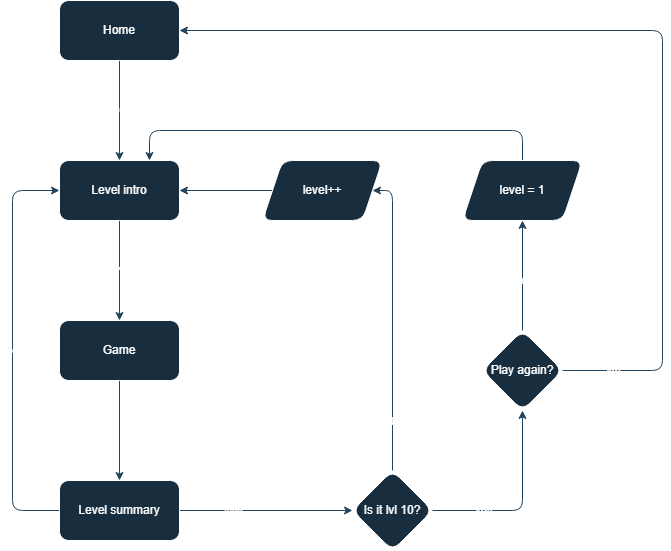
Above: flowchart.png in vasilyoshev/ai-assistant (draw.io), before the change. Source tidied: cells renumbered, new cells last; positions are measured from the earlier drawing's top-left corner, leaving out a move shared by most shapes.
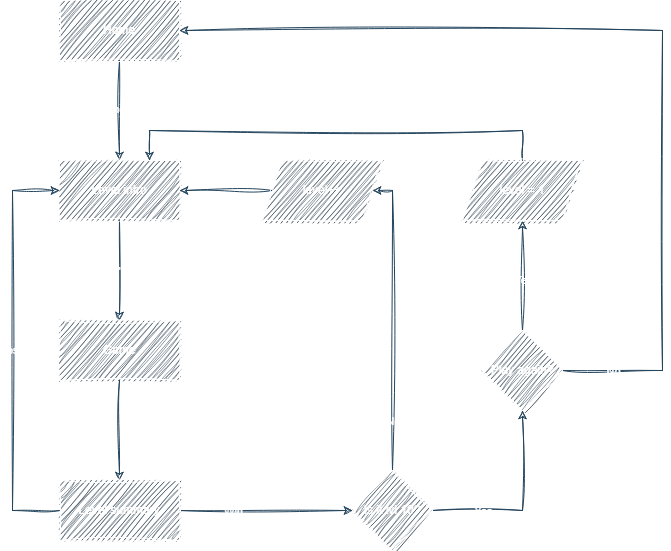
After the commit.

Change to the diagram source:
```diff
@@ -2,34 +2,34 @@
   <root>
     <mxCell id="0" />
     <mxCell id="1" parent="0" />
-    <mxCell id="2" style="edgeStyle=orthogonalEdgeStyle;rounded=1;jettySize=auto;html=1;labelBackgroundColor=none;fontColor=default;strokeColor=#23445D;" parent="1" edge="1" source="4" target="7">
+    <mxCell id="2" style="edgeStyle=orthogonalEdgeStyle;rounded=0;jettySize=auto;html=1;labelBackgroundColor=none;fontColor=default;strokeColor=#23445D;sketch=1;curveFitting=1;jiggle=2;" parent="1" edge="1" source="4" target="7">
       <mxGeometry relative="1" as="geometry" />
     </mxCell>
-    <mxCell id="3" value="Click &quot;Find the differences&quot;" style="edgeLabel;html=1;align=center;verticalAlign=middle;labelBackgroundColor=none;rounded=1;fontColor=#FFFFFF;" parent="2" vertex="1">
+    <mxCell id="3" value="Click &quot;Find the differences&quot;" style="edgeLabel;html=1;align=center;verticalAlign=middle;labelBackgroundColor=none;rounded=0;fontColor=#FFFFFF;sketch=1;curveFitting=1;jiggle=2;" parent="2" vertex="1">
       <mxGeometry x="-0.04" relative="1" as="geometry" />
     </mxCell>
-    <mxCell id="4" value="Home" style="rounded=1;whiteSpace=wrap;html=1;labelBackgroundColor=none;fillColor=#182E3E;strokeColor=#FFFFFF;fontColor=#FFFFFF;" parent="1" vertex="1">
+    <mxCell id="4" value="Home" style="rounded=0;whiteSpace=wrap;html=1;labelBackgroundColor=none;fillColor=#182E3E;strokeColor=#FFFFFF;fontColor=#FFFFFF;sketch=1;curveFitting=1;jiggle=2;" parent="1" vertex="1">
       <mxGeometry x="47" width="120" height="60" as="geometry" />
     </mxCell>
-    <mxCell id="5" style="edgeStyle=orthogonalEdgeStyle;rounded=1;jettySize=auto;html=1;exitX=0.5;exitY=1;exitDx=0;exitDy=0;entryX=0.5;entryY=0;entryDx=0;entryDy=0;labelBackgroundColor=none;fontColor=default;strokeColor=#23445D;" parent="1" edge="1" source="7" target="10">
+    <mxCell id="5" style="edgeStyle=orthogonalEdgeStyle;rounded=0;jettySize=auto;html=1;exitX=0.5;exitY=1;exitDx=0;exitDy=0;entryX=0.5;entryY=0;entryDx=0;entryDy=0;labelBackgroundColor=none;fontColor=default;strokeColor=#23445D;sketch=1;curveFitting=1;jiggle=2;" parent="1" edge="1" source="7" target="10">
       <mxGeometry relative="1" as="geometry" />
     </mxCell>
-    <mxCell id="6" value="Click &quot;Start&quot;" style="edgeLabel;html=1;align=center;verticalAlign=middle;labelBackgroundColor=none;rounded=1;fontColor=#FFFFFF;" parent="5" vertex="1">
+    <mxCell id="6" value="Click &quot;Start&quot;" style="edgeLabel;html=1;align=center;verticalAlign=middle;labelBackgroundColor=none;rounded=0;fontColor=#FFFFFF;sketch=1;curveFitting=1;jiggle=2;" parent="5" vertex="1">
       <mxGeometry relative="1" as="geometry" />
     </mxCell>
-    <mxCell id="7" value="Level intro" style="rounded=1;whiteSpace=wrap;html=1;labelBackgroundColor=none;fillColor=#182E3E;strokeColor=#FFFFFF;fontColor=#FFFFFF;" parent="1" vertex="1">
+    <mxCell id="7" value="Level intro" style="rounded=0;whiteSpace=wrap;html=1;labelBackgroundColor=none;fillColor=#182E3E;strokeColor=#FFFFFF;fontColor=#FFFFFF;sketch=1;curveFitting=1;jiggle=2;" parent="1" vertex="1">
       <mxGeometry x="47" y="160" width="120" height="60" as="geometry" />
     </mxCell>
-    <mxCell id="8" style="edgeStyle=orthogonalEdgeStyle;rounded=1;jettySize=auto;html=1;entryX=0.5;entryY=0;entryDx=0;entryDy=0;labelBackgroundColor=none;fontColor=default;strokeColor=#23445D;" parent="1" edge="1" source="10" target="15">
+    <mxCell id="8" style="edgeStyle=orthogonalEdgeStyle;rounded=0;jettySize=auto;html=1;entryX=0.5;entryY=0;entryDx=0;entryDy=0;labelBackgroundColor=none;fontColor=default;strokeColor=#23445D;sketch=1;curveFitting=1;jiggle=2;" parent="1" edge="1" source="10" target="15">
       <mxGeometry relative="1" as="geometry" />
     </mxCell>
-    <mxCell id="9" value="End level (win/lose)" style="edgeLabel;html=1;align=center;verticalAlign=middle;labelBackgroundColor=none;rounded=1;fontColor=#FFFFFF;" parent="8" vertex="1">
+    <mxCell id="9" value="End level (win/lose)" style="edgeLabel;html=1;align=center;verticalAlign=middle;labelBackgroundColor=none;rounded=0;fontColor=#FFFFFF;sketch=1;curveFitting=1;jiggle=2;" parent="8" vertex="1">
       <mxGeometry x="-0.08" y="-1" relative="1" as="geometry" />
     </mxCell>
-    <mxCell id="10" value="Game" style="rounded=1;whiteSpace=wrap;html=1;labelBackgroundColor=none;fillColor=#182E3E;strokeColor=#FFFFFF;fontColor=#FFFFFF;" parent="1" vertex="1">
+    <mxCell id="10" value="Game" style="rounded=0;whiteSpace=wrap;html=1;labelBackgroundColor=none;fillColor=#182E3E;strokeColor=#FFFFFF;fontColor=#FFFFFF;sketch=1;curveFitting=1;jiggle=2;" parent="1" vertex="1">
       <mxGeometry x="47" y="320" width="120" height="60" as="geometry" />
     </mxCell>
-    <mxCell id="11" style="edgeStyle=orthogonalEdgeStyle;rounded=1;jettySize=auto;html=1;entryX=0;entryY=0.5;entryDx=0;entryDy=0;labelBackgroundColor=none;fontColor=default;strokeColor=#23445D;" parent="1" edge="1" source="15" target="7">
+    <mxCell id="11" style="edgeStyle=orthogonalEdgeStyle;rounded=0;jettySize=auto;html=1;entryX=0;entryY=0.5;entryDx=0;entryDy=0;labelBackgroundColor=none;fontColor=default;strokeColor=#23445D;sketch=1;curveFitting=1;jiggle=2;" parent="1" edge="1" source="15" target="7">
       <mxGeometry relative="1" as="geometry">
         <Array as="points">
           <mxPoint y="510" />
@@ -37,58 +37,58 @@
         </Array>
       </mxGeometry>
     </mxCell>
-    <mxCell id="12" value="Lose" style="edgeLabel;html=1;align=center;verticalAlign=middle;labelBackgroundColor=none;rounded=1;fontColor=#FFFFFF;" parent="11" vertex="1">
+    <mxCell id="12" value="Lose" style="edgeLabel;html=1;align=center;verticalAlign=middle;labelBackgroundColor=none;rounded=0;fontColor=#FFFFFF;sketch=1;curveFitting=1;jiggle=2;" parent="11" vertex="1">
       <mxGeometry x="0.01" y="1" relative="1" as="geometry" />
     </mxCell>
-    <mxCell id="13" style="edgeStyle=orthogonalEdgeStyle;rounded=1;jettySize=auto;html=1;exitX=1;exitY=0.5;exitDx=0;exitDy=0;labelBackgroundColor=none;fontColor=default;strokeColor=#23445D;" parent="1" edge="1" source="15" target="20">
+    <mxCell id="13" style="edgeStyle=orthogonalEdgeStyle;rounded=0;jettySize=auto;html=1;exitX=1;exitY=0.5;exitDx=0;exitDy=0;labelBackgroundColor=none;fontColor=default;strokeColor=#23445D;sketch=1;curveFitting=1;jiggle=2;" parent="1" edge="1" source="15" target="20">
       <mxGeometry relative="1" as="geometry" />
     </mxCell>
-    <mxCell id="14" value="Win" style="edgeLabel;html=1;align=center;verticalAlign=middle;labelBackgroundColor=none;rounded=1;fontColor=#FFFFFF;" parent="13" vertex="1">
+    <mxCell id="14" value="Win" style="edgeLabel;html=1;align=center;verticalAlign=middle;labelBackgroundColor=none;rounded=0;fontColor=#FFFFFF;sketch=1;curveFitting=1;jiggle=2;" parent="13" vertex="1">
       <mxGeometry x="-0.2" y="-1" relative="1" as="geometry">
         <mxPoint x="-16" y="-1" as="offset" />
       </mxGeometry>
     </mxCell>
-    <mxCell id="15" value="Level summary" style="rounded=1;whiteSpace=wrap;html=1;labelBackgroundColor=none;fillColor=#182E3E;strokeColor=#FFFFFF;fontColor=#FFFFFF;" parent="1" vertex="1">
+    <mxCell id="15" value="Level summary" style="rounded=0;whiteSpace=wrap;html=1;labelBackgroundColor=none;fillColor=#182E3E;strokeColor=#FFFFFF;fontColor=#FFFFFF;sketch=1;curveFitting=1;jiggle=2;" parent="1" vertex="1">
       <mxGeometry x="47" y="480" width="120" height="60" as="geometry" />
     </mxCell>
-    <mxCell id="16" style="edgeStyle=orthogonalEdgeStyle;rounded=1;jettySize=auto;html=1;exitX=0.5;exitY=0;exitDx=0;exitDy=0;entryX=1;entryY=0.5;entryDx=0;entryDy=0;labelBackgroundColor=none;fontColor=default;strokeColor=#23445D;" parent="1" edge="1" source="20" target="22">
+    <mxCell id="16" style="edgeStyle=orthogonalEdgeStyle;rounded=0;jettySize=auto;html=1;exitX=0.5;exitY=0;exitDx=0;exitDy=0;entryX=1;entryY=0.5;entryDx=0;entryDy=0;labelBackgroundColor=none;fontColor=default;strokeColor=#23445D;sketch=1;curveFitting=1;jiggle=2;" parent="1" edge="1" source="20" target="22">
       <mxGeometry relative="1" as="geometry">
         <Array as="points">
           <mxPoint x="380" y="190" />
         </Array>
       </mxGeometry>
     </mxCell>
-    <mxCell id="17" value="No" style="edgeLabel;html=1;align=center;verticalAlign=middle;labelBackgroundColor=none;rounded=1;fontColor=#FFFFFF;" parent="16" vertex="1">
+    <mxCell id="17" value="No" style="edgeLabel;html=1;align=center;verticalAlign=middle;labelBackgroundColor=none;rounded=0;fontColor=#FFFFFF;sketch=1;curveFitting=1;jiggle=2;" parent="16" vertex="1">
       <mxGeometry x="0.29" y="2" relative="1" as="geometry">
         <mxPoint x="2" y="143" as="offset" />
       </mxGeometry>
     </mxCell>
-    <mxCell id="18" style="edgeStyle=orthogonalEdgeStyle;rounded=1;jettySize=auto;html=1;entryX=0.5;entryY=1;entryDx=0;entryDy=0;labelBackgroundColor=none;fontColor=default;strokeColor=#23445D;" parent="1" edge="1" source="20" target="27">
+    <mxCell id="18" style="edgeStyle=orthogonalEdgeStyle;rounded=0;jettySize=auto;html=1;entryX=0.5;entryY=1;entryDx=0;entryDy=0;labelBackgroundColor=none;fontColor=default;strokeColor=#23445D;sketch=1;curveFitting=1;jiggle=2;" parent="1" edge="1" source="20" target="27">
       <mxGeometry relative="1" as="geometry" />
     </mxCell>
-    <mxCell id="19" value="Yes" style="edgeLabel;html=1;align=center;verticalAlign=middle;labelBackgroundColor=none;rounded=1;fontColor=#FFFFFF;" parent="18" vertex="1">
+    <mxCell id="19" value="Yes" style="edgeLabel;html=1;align=center;verticalAlign=middle;labelBackgroundColor=none;rounded=0;fontColor=#FFFFFF;sketch=1;curveFitting=1;jiggle=2;" parent="18" vertex="1">
       <mxGeometry x="-0.02" relative="1" as="geometry">
         <mxPoint x="-40" y="3" as="offset" />
       </mxGeometry>
     </mxCell>
-    <mxCell id="20" value="Is it lvl 10?" style="rhombus;whiteSpace=wrap;html=1;labelBackgroundColor=none;rounded=1;fillColor=#182E3E;strokeColor=#FFFFFF;fontColor=#FFFFFF;" parent="1" vertex="1">
+    <mxCell id="20" value="Is it lvl 10?" style="rhombus;whiteSpace=wrap;html=1;labelBackgroundColor=none;rounded=0;fillColor=#182E3E;strokeColor=#FFFFFF;fontColor=#FFFFFF;sketch=1;curveFitting=1;jiggle=2;" parent="1" vertex="1">
       <mxGeometry x="340" y="470" width="80" height="80" as="geometry" />
     </mxCell>
-    <mxCell id="21" style="edgeStyle=orthogonalEdgeStyle;rounded=1;jettySize=auto;html=1;labelBackgroundColor=none;fontColor=default;strokeColor=#23445D;" parent="1" edge="1" source="22" target="7">
+    <mxCell id="21" style="edgeStyle=orthogonalEdgeStyle;rounded=0;jettySize=auto;html=1;labelBackgroundColor=none;fontColor=default;strokeColor=#23445D;sketch=1;curveFitting=1;jiggle=2;" parent="1" edge="1" source="22" target="7">
       <mxGeometry relative="1" as="geometry" />
     </mxCell>
-    <mxCell id="22" value="level++" style="shape=parallelogram;perimeter=parallelogramPerimeter;whiteSpace=wrap;html=1;fixedSize=1;labelBackgroundColor=none;rounded=1;fillColor=#182E3E;strokeColor=#FFFFFF;fontColor=#FFFFFF;" parent="1" vertex="1">
+    <mxCell id="22" value="level++" style="shape=parallelogram;perimeter=parallelogramPerimeter;whiteSpace=wrap;html=1;fixedSize=1;labelBackgroundColor=none;rounded=0;fillColor=#182E3E;strokeColor=#FFFFFF;fontColor=#FFFFFF;sketch=1;curveFitting=1;jiggle=2;" parent="1" vertex="1">
       <mxGeometry x="250" y="160" width="120" height="60" as="geometry" />
     </mxCell>
-    <mxCell id="23" style="edgeStyle=orthogonalEdgeStyle;rounded=1;jettySize=auto;html=1;entryX=0.5;entryY=1;entryDx=0;entryDy=0;labelBackgroundColor=none;fontColor=default;strokeColor=#23445D;" parent="1" edge="1" source="27" target="29">
+    <mxCell id="23" style="edgeStyle=orthogonalEdgeStyle;rounded=0;jettySize=auto;html=1;entryX=0.5;entryY=1;entryDx=0;entryDy=0;labelBackgroundColor=none;fontColor=default;strokeColor=#23445D;sketch=1;curveFitting=1;jiggle=2;" parent="1" edge="1" source="27" target="29">
       <mxGeometry relative="1" as="geometry" />
     </mxCell>
-    <mxCell id="24" value="Yes" style="edgeLabel;html=1;align=center;verticalAlign=middle;labelBackgroundColor=none;rounded=1;fontColor=#FFFFFF;" parent="23" vertex="1">
+    <mxCell id="24" value="Yes" style="edgeLabel;html=1;align=center;verticalAlign=middle;labelBackgroundColor=none;rounded=0;fontColor=#FFFFFF;sketch=1;curveFitting=1;jiggle=2;" parent="23" vertex="1">
       <mxGeometry x="-0.01" relative="1" as="geometry">
         <mxPoint y="4" as="offset" />
       </mxGeometry>
     </mxCell>
-    <mxCell id="25" style="edgeStyle=orthogonalEdgeStyle;rounded=1;jettySize=auto;html=1;entryX=1;entryY=0.5;entryDx=0;entryDy=0;labelBackgroundColor=none;fontColor=default;strokeColor=#23445D;" parent="1" edge="1" source="27" target="4">
+    <mxCell id="25" style="edgeStyle=orthogonalEdgeStyle;rounded=0;jettySize=auto;html=1;entryX=1;entryY=0.5;entryDx=0;entryDy=0;labelBackgroundColor=none;fontColor=default;strokeColor=#23445D;sketch=1;curveFitting=1;jiggle=2;" parent="1" edge="1" source="27" target="4">
       <mxGeometry relative="1" as="geometry">
         <Array as="points">
           <mxPoint x="650" y="370" />
@@ -96,15 +96,15 @@
         </Array>
       </mxGeometry>
     </mxCell>
-    <mxCell id="26" value="No" style="edgeLabel;html=1;align=center;verticalAlign=middle;labelBackgroundColor=none;rounded=1;fontColor=#FFFFFF;" parent="25" vertex="1">
+    <mxCell id="26" value="No" style="edgeLabel;html=1;align=center;verticalAlign=middle;labelBackgroundColor=none;rounded=0;fontColor=#FFFFFF;sketch=1;curveFitting=1;jiggle=2;" parent="25" vertex="1">
       <mxGeometry x="-0.44" y="-1" relative="1" as="geometry">
         <mxPoint x="-51" y="158" as="offset" />
       </mxGeometry>
     </mxCell>
-    <mxCell id="27" value="Play again?" style="rhombus;whiteSpace=wrap;html=1;labelBackgroundColor=none;rounded=1;fillColor=#182E3E;strokeColor=#FFFFFF;fontColor=#FFFFFF;" parent="1" vertex="1">
+    <mxCell id="27" value="Play again?" style="rhombus;whiteSpace=wrap;html=1;labelBackgroundColor=none;rounded=0;fillColor=#182E3E;strokeColor=#FFFFFF;fontColor=#FFFFFF;sketch=1;curveFitting=1;jiggle=2;" parent="1" vertex="1">
       <mxGeometry x="470" y="330" width="80" height="80" as="geometry" />
     </mxCell>
-    <mxCell id="28" style="edgeStyle=orthogonalEdgeStyle;rounded=1;jettySize=auto;html=1;entryX=0.75;entryY=0;entryDx=0;entryDy=0;labelBackgroundColor=none;fontColor=default;strokeColor=#23445D;" parent="1" edge="1" source="29" target="7">
+    <mxCell id="28" style="edgeStyle=orthogonalEdgeStyle;rounded=0;jettySize=auto;html=1;entryX=0.75;entryY=0;entryDx=0;entryDy=0;labelBackgroundColor=none;fontColor=default;strokeColor=#23445D;sketch=1;curveFitting=1;jiggle=2;" parent="1" edge="1" source="29" target="7">
       <mxGeometry relative="1" as="geometry">
         <Array as="points">
           <mxPoint x="510" y="130" />
@@ -112,7 +112,7 @@
         </Array>
       </mxGeometry>
     </mxCell>
-    <mxCell id="29" value="level = 1" style="shape=parallelogram;perimeter=parallelogramPerimeter;whiteSpace=wrap;html=1;fixedSize=1;labelBackgroundColor=none;rounded=1;fillColor=#182E3E;strokeColor=#FFFFFF;fontColor=#FFFFFF;" parent="1" vertex="1">
+    <mxCell id="29" value="level = 1" style="shape=parallelogram;perimeter=parallelogramPerimeter;whiteSpace=wrap;html=1;fixedSize=1;labelBackgroundColor=none;rounded=0;fillColor=#182E3E;strokeColor=#FFFFFF;fontColor=#FFFFFF;sketch=1;curveFitting=1;jiggle=2;" parent="1" vertex="1">
       <mxGeometry x="450" y="160" width="120" height="60" as="geometry" />
     </mxCell>
   </root>
```
